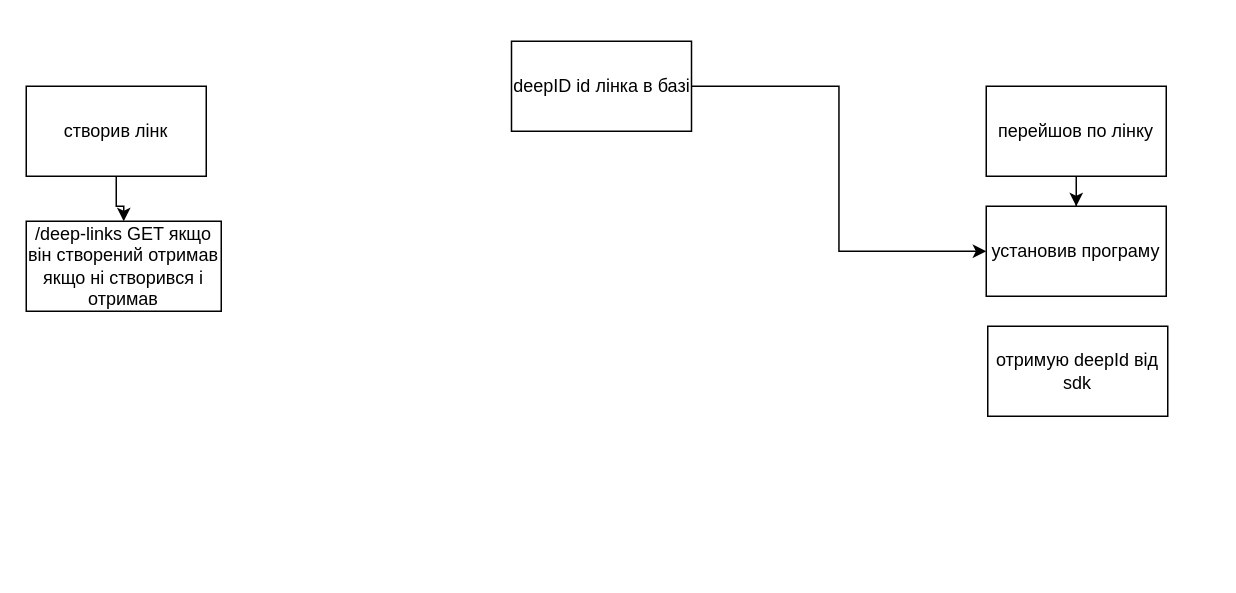
The draw.io diagram Діаграма без назви.drawio in macs1756/beprog-schema, before the edit. Source tidied: cells renumbered, new cells numbered last; positions are measured from the earlier drawing's top-left corner, leaving out a move shared by most shapes. Both pictures are drawn from the tidied source at 150%, with x=0, y=0 at pixel (26, 40).
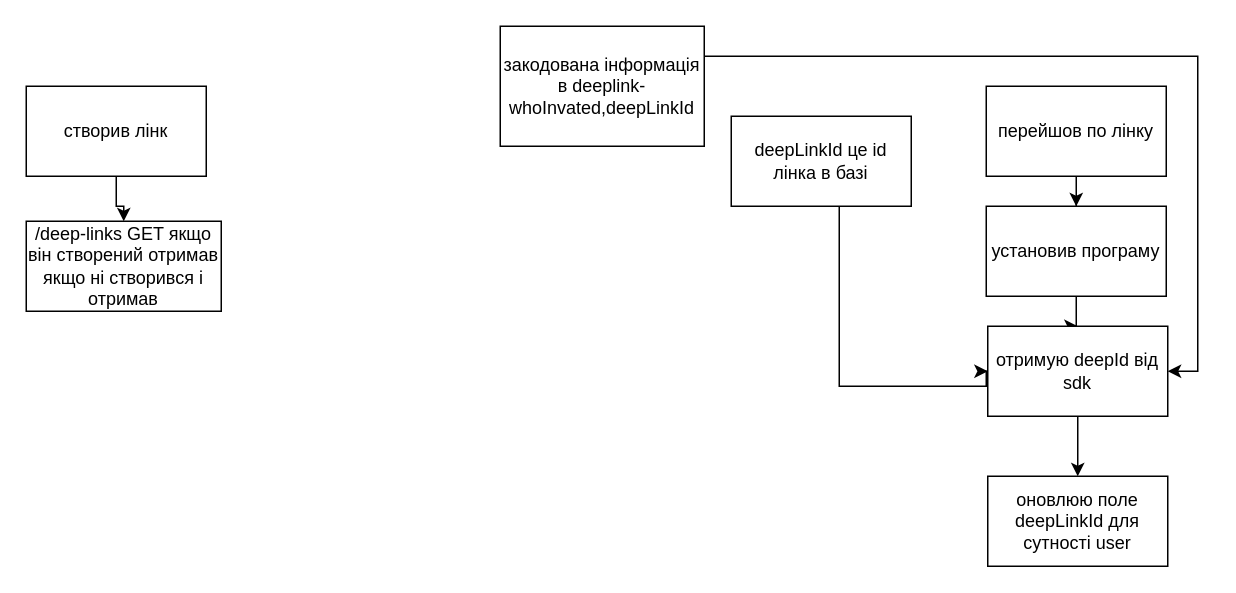
The same diagram, later.

The edit, as a diff of the source:
```diff
@@
 <mxGraphModel>
   <root>
     <mxCell id="0" />
     <mxCell id="1" parent="0" />
     <mxCell id="2" style="edgeStyle=orthogonalEdgeStyle;rounded=0;jettySize=auto;html=1;" parent="1" edge="1" source="3" target="6">
       <mxGeometry relative="1" as="geometry" />
     </mxCell>
     <mxCell id="3" value="створив лінк" style="rounded=0;whiteSpace=wrap;html=1;" parent="1" vertex="1">
       <mxGeometry y="30" width="120" height="60" as="geometry" />
     </mxCell>
     <mxCell id="4" style="edgeStyle=orthogonalEdgeStyle;rounded=0;jettySize=auto;html=1;" parent="1" edge="1" source="5" target="7">
       <mxGeometry relative="1" as="geometry" />
     </mxCell>
     <mxCell id="5" value="перейшов по лінку" style="rounded=0;whiteSpace=wrap;html=1;" parent="1" vertex="1">
       <mxGeometry x="640" y="30" width="120" height="60" as="geometry" />
     </mxCell>
     <mxCell id="6" value="/deep-links GET якщо він створений отримав якщо ні створився і отримав" style="rounded=0;whiteSpace=wrap;html=1;" parent="1" vertex="1">
       <mxGeometry y="120" width="130" height="60" as="geometry" />
     </mxCell>
+    <mxCell id="11" style="edgeStyle=orthogonalEdgeStyle;rounded=0;jettySize=auto;html=1;" parent="1" edge="1" source="7" target="8">
+      <mxGeometry relative="1" as="geometry" />
+    </mxCell>
     <mxCell id="7" value="установив програму " style="rounded=0;whiteSpace=wrap;html=1;" parent="1" vertex="1">
       <mxGeometry x="640" y="110" width="120" height="60" as="geometry" />
     </mxCell>
+    <mxCell id="12" style="edgeStyle=orthogonalEdgeStyle;rounded=0;jettySize=auto;html=1;" parent="1" edge="1" source="8" target="13">
+      <mxGeometry relative="1" as="geometry" />
+    </mxCell>
     <mxCell id="8" value="отримую deepId від sdk " style="rounded=0;whiteSpace=wrap;html=1;" parent="1" vertex="1">
       <mxGeometry x="641" y="190" width="120" height="60" as="geometry" />
     </mxCell>
-    <mxCell id="9" style="edgeStyle=orthogonalEdgeStyle;rounded=0;jettySize=auto;html=1;entryX=0;entryY=0.5;entryDx=0;entryDy=0;" parent="1" edge="1" source="10" target="7">
-      <mxGeometry relative="1" as="geometry" />
+    <mxCell id="9" style="edgeStyle=orthogonalEdgeStyle;rounded=0;jettySize=auto;html=1;" parent="1" edge="1" source="10" target="8">
+      <mxGeometry relative="1" as="geometry">
+        <Array as="points">
+          <mxPoint x="542" y="230" />
+          <mxPoint x="640" y="230" />
+          <mxPoint x="640" y="220" />
+        </Array>
+      </mxGeometry>
     </mxCell>
-    <mxCell id="10" value="deepID id лінка в базі" style="rounded=0;whiteSpace=wrap;html=1;" parent="1" vertex="1">
-      <mxGeometry x="323.5" width="120" height="60" as="geometry" />
+    <mxCell id="10" value="deepLinkId це id лінка в базі" style="rounded=0;whiteSpace=wrap;html=1;" parent="1" vertex="1">
+      <mxGeometry x="470" y="50" width="120" height="60" as="geometry" />
     </mxCell>
+    <mxCell id="13" value="оновлюю поле deepLinkId для сутності user" style="rounded=0;whiteSpace=wrap;html=1;" parent="1" vertex="1">
+      <mxGeometry x="641" y="290" width="120" height="60" as="geometry" />
+    </mxCell>
+    <mxCell id="14" style="edgeStyle=orthogonalEdgeStyle;rounded=0;jettySize=auto;html=1;entryX=1;entryY=0.5;entryDx=0;entryDy=0;" parent="1" edge="1" source="15" target="8">
+      <mxGeometry relative="1" as="geometry">
+        <Array as="points">
+          <mxPoint x="781" y="10" />
+          <mxPoint x="781" y="220" />
+        </Array>
+      </mxGeometry>
+    </mxCell>
+    <mxCell id="15" value="закодована інформація в deeplink- whoInvated,deepLinkId" style="rounded=0;whiteSpace=wrap;html=1;" parent="1" vertex="1">
+      <mxGeometry x="316" y="-10" width="136" height="80" as="geometry" />
+    </mxCell>
   </root>
 </mxGraphModel>
```
